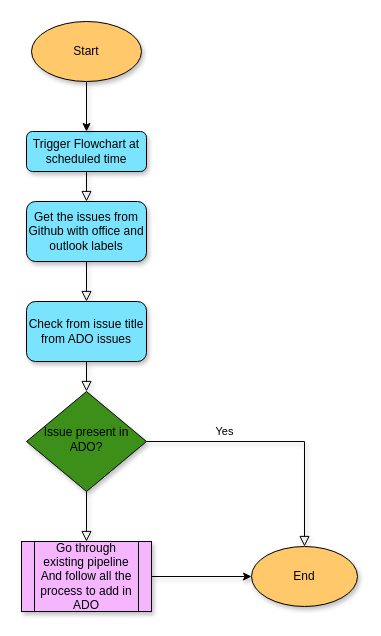
Before: Untitled Diagram.drawio in contactsmriti/extensibilityMS, a draw.io diagram. Source tidied: cells renumbered, new cells numbered last; positions are measured from the earlier drawing's top-left corner, leaving out a move shared by most shapes. Both pictures are drawn from the tidied source at 100%, with x=0, y=0 at pixel (21, 21).
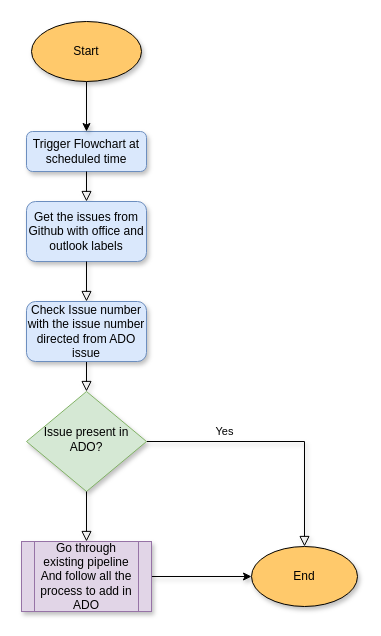
The same diagram, later.

The edit, as a diff of the source:
```diff
@@
 <mxGraphModel>
   <root>
     <mxCell id="0" />
     <mxCell id="1" parent="0" />
     <mxCell id="2" style="rounded=0;html=1;jettySize=auto;fontSize=11;endArrow=block;endFill=0;endSize=8;strokeWidth=1;shadow=1;labelBackgroundColor=none;edgeStyle=orthogonalEdgeStyle;" parent="1" edge="1" source="9" target="5">
       <mxGeometry relative="1" as="geometry" />
     </mxCell>
-    <mxCell id="3" value="Trigger Flowchart at scheduled time" style="rounded=1;whiteSpace=wrap;html=1;fontSize=12;glass=0;strokeWidth=1;shadow=1;fillColor=#7AE4FF;" parent="1" vertex="1">
+    <mxCell id="3" value="Trigger Flowchart at scheduled time" style="rounded=1;whiteSpace=wrap;html=1;fontSize=12;glass=0;strokeWidth=1;shadow=1;fillColor=#dae8fc;strokeColor=#6c8ebf;" parent="1" vertex="1">
       <mxGeometry x="5" y="110" width="120" height="40" as="geometry" />
     </mxCell>
     <mxCell id="4" value="Yes" style="rounded=0;html=1;jettySize=auto;fontSize=11;endArrow=block;endFill=0;endSize=8;strokeWidth=1;shadow=1;labelBackgroundColor=none;edgeStyle=orthogonalEdgeStyle;entryX=0.5;entryY=0;entryDx=0;entryDy=0;" parent="1" edge="1" source="5" target="10">
       <mxGeometry x="-0.41" y="10" relative="1" as="geometry" />
     </mxCell>
-    <mxCell id="5" value="Issue present in ADO?" style="rhombus;whiteSpace=wrap;html=1;shadow=1;fontFamily=Helvetica;fontSize=12;align=center;strokeWidth=1;spacing=6;spacingTop=-4;fillColor=#3C8F18;" parent="1" vertex="1">
+    <mxCell id="5" value="Issue present in ADO?" style="rhombus;whiteSpace=wrap;html=1;shadow=1;fontFamily=Helvetica;fontSize=12;align=center;strokeWidth=1;spacing=6;spacingTop=-4;fillColor=#d5e8d4;strokeColor=#82b366;" parent="1" vertex="1">
       <mxGeometry x="5" y="370" width="120" height="100" as="geometry" />
     </mxCell>
     <mxCell id="6" style="rounded=0;html=1;jettySize=auto;fontSize=11;endArrow=block;endFill=0;endSize=8;strokeWidth=1;shadow=1;labelBackgroundColor=none;edgeStyle=orthogonalEdgeStyle;" parent="1" edge="1" source="3" target="7">
       <mxGeometry relative="1" as="geometry" />
     </mxCell>
-    <mxCell id="7" value="Get the issues from Github with office and outlook labels" style="rounded=1;whiteSpace=wrap;html=1;shadow=1;fillColor=#7AE4FF;" parent="1" vertex="1">
+    <mxCell id="7" value="Get the issues from Github with office and outlook labels" style="rounded=1;whiteSpace=wrap;html=1;shadow=1;fillColor=#dae8fc;strokeColor=#6c8ebf;" parent="1" vertex="1">
       <mxGeometry x="5" y="180" width="120" height="60" as="geometry" />
     </mxCell>
     <mxCell id="8" style="rounded=0;html=1;jettySize=auto;fontSize=11;endArrow=block;endFill=0;endSize=8;strokeWidth=1;shadow=1;labelBackgroundColor=none;edgeStyle=orthogonalEdgeStyle;" parent="1" edge="1" source="7" target="9">
       <mxGeometry relative="1" as="geometry" />
     </mxCell>
-    <mxCell id="9" value="Check from issue title from ADO issues" style="rounded=1;whiteSpace=wrap;html=1;shadow=1;fillColor=#7AE4FF;" parent="1" vertex="1">
+    <mxCell id="9" value="Check Issue number with the issue number directed from ADO issue" style="rounded=1;whiteSpace=wrap;html=1;shadow=1;fillColor=#dae8fc;strokeColor=#6c8ebf;" parent="1" vertex="1">
       <mxGeometry x="5" y="280" width="120" height="60" as="geometry" />
     </mxCell>
     <mxCell id="10" value="End" style="ellipse;whiteSpace=wrap;html=1;shadow=1;fillColor=#FFC96B;" parent="1" vertex="1">
       <mxGeometry x="230" y="525" width="106" height="60" as="geometry" />
     </mxCell>
     <mxCell id="11" style="edgeStyle=orthogonalEdgeStyle;rounded=0;html=1;jettySize=auto;fontSize=11;endArrow=block;endFill=0;endSize=8;strokeWidth=1;shadow=1;labelBackgroundColor=none;entryX=0.5;entryY=0;entryDx=0;entryDy=0;" parent="1" edge="1" source="5" target="13">
       <mxGeometry y="10" relative="1" as="geometry" />
     </mxCell>
     <mxCell id="12" style="edgeStyle=orthogonalEdgeStyle;rounded=0;jettySize=auto;html=1;exitX=1;exitY=0.5;exitDx=0;exitDy=0;entryX=0;entryY=0.5;entryDx=0;entryDy=0;shadow=1;" parent="1" edge="1" source="13" target="10">
       <mxGeometry relative="1" as="geometry" />
     </mxCell>
-    <mxCell id="13" value="Go through existing pipeline&lt;br&gt;And follow all the process to add in ADO" style="shape=process;whiteSpace=wrap;html=1;backgroundOutline=1;shadow=1;fillColor=#F5B5FF;" parent="1" vertex="1">
+    <mxCell id="13" value="Go through existing pipeline&lt;br&gt;And follow all the process to add in ADO" style="shape=process;whiteSpace=wrap;html=1;backgroundOutline=1;shadow=1;fillColor=#e1d5e7;strokeColor=#9673a6;" parent="1" vertex="1">
       <mxGeometry y="520" width="130" height="70" as="geometry" />
     </mxCell>
     <mxCell id="14" style="edgeStyle=orthogonalEdgeStyle;rounded=0;jettySize=auto;html=1;shadow=1;" parent="1" edge="1" source="15" target="3">
       <mxGeometry relative="1" as="geometry" />
     </mxCell>
     <mxCell id="15" value="Start" style="ellipse;whiteSpace=wrap;html=1;shadow=1;fillColor=#FFC96B;" parent="1" vertex="1">
       <mxGeometry x="10" width="110" height="60" as="geometry" />
     </mxCell>
   </root>
 </mxGraphModel>
```
